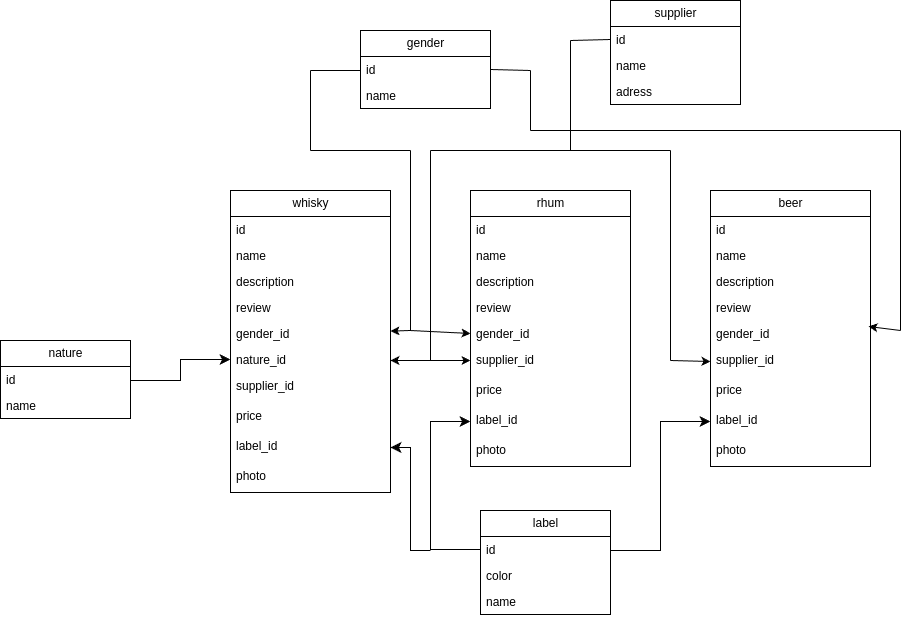
Earlier version of the draw.io export Docs/mld.drawio.png (AnthonyMarcelin/SpiritsManagement-API). Source tidied: cells renumbered, new cells last; positions are measured from the earlier drawing's top-left corner, leaving out a move shared by most shapes.
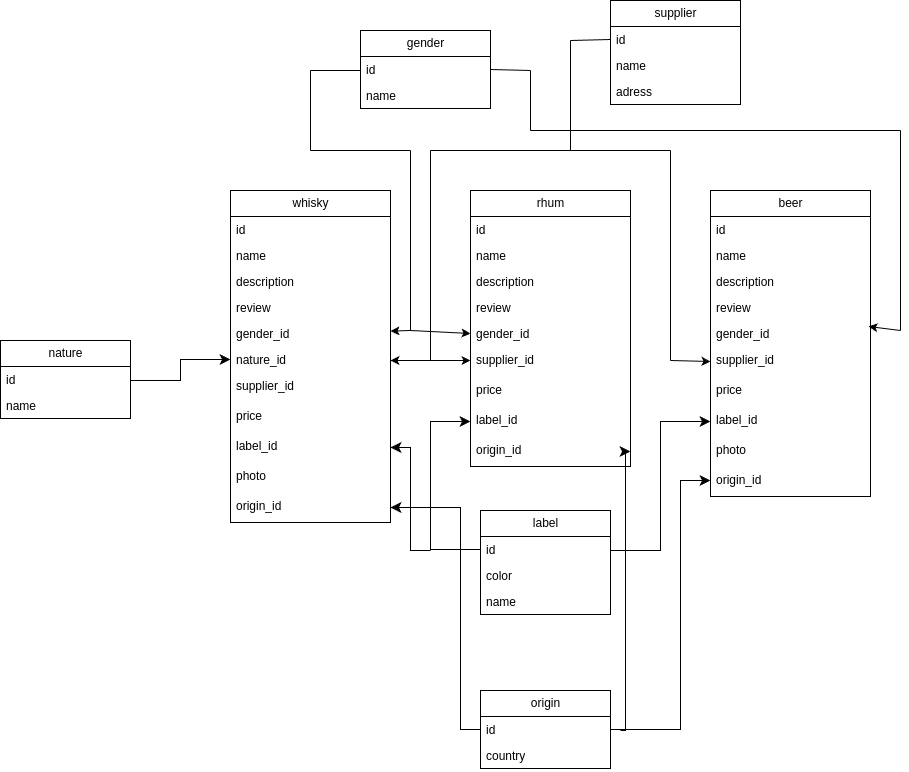
Above is the later version.

Diff of the diagram source:
```diff
@@ -3,7 +3,7 @@
     <mxCell id="0" />
     <mxCell id="1" parent="0" />
     <mxCell id="2" value="whisky" style="swimlane;fontStyle=0;horizontal=1;startSize=26;fillColor=none;html=1;" parent="1" vertex="1">
-      <mxGeometry x="230" y="190" width="160" height="302" as="geometry" />
+      <mxGeometry x="230" y="190" width="160" height="332" as="geometry" />
     </mxCell>
     <mxCell id="3" value="id" style="text;strokeColor=none;fillColor=none;align=left;verticalAlign=top;spacingLeft=4;spacingRight=4;overflow=hidden;whiteSpace=wrap;html=1;" parent="2" vertex="1">
       <mxGeometry y="26" width="160" height="26" as="geometry" />
@@ -41,6 +41,9 @@
     <mxCell id="13" value="photo" style="text;strokeColor=none;fillColor=none;align=left;verticalAlign=top;spacingLeft=4;spacingRight=4;overflow=hidden;whiteSpace=wrap;html=1;" parent="2" vertex="1">
       <mxGeometry y="272" width="160" height="30" as="geometry" />
     </mxCell>
+    <mxCell id="71" value="origin_id" style="text;strokeColor=none;fillColor=none;align=left;verticalAlign=top;spacingLeft=4;spacingRight=4;overflow=hidden;points=[[0,0.5],[1,0.5]];portConstraint=eastwest;whiteSpace=wrap;html=1;" parent="2" vertex="1">
+      <mxGeometry y="302" width="160" height="30" as="geometry" />
+    </mxCell>
     <mxCell id="14" value="rhum" style="swimlane;fontStyle=0;horizontal=1;startSize=26;fillColor=none;html=1;" parent="1" vertex="1">
       <mxGeometry x="470" y="190" width="160" height="276" as="geometry" />
     </mxCell>
@@ -68,11 +71,11 @@
     <mxCell id="22" value="label_id" style="text;strokeColor=none;fillColor=none;align=left;verticalAlign=top;spacingLeft=4;spacingRight=4;overflow=hidden;points=[[0,0.5],[1,0.5]];portConstraint=eastwest;whiteSpace=wrap;html=1;" parent="14" vertex="1">
       <mxGeometry y="216" width="160" height="30" as="geometry" />
     </mxCell>
-    <mxCell id="23" value="photo" style="text;strokeColor=none;fillColor=none;align=left;verticalAlign=top;spacingLeft=4;spacingRight=4;overflow=hidden;points=[[0,0.5],[1,0.5]];portConstraint=eastwest;whiteSpace=wrap;html=1;" parent="14" vertex="1">
+    <mxCell id="23" value="origin_id" style="text;strokeColor=none;fillColor=none;align=left;verticalAlign=top;spacingLeft=4;spacingRight=4;overflow=hidden;points=[[0,0.5],[1,0.5]];portConstraint=eastwest;whiteSpace=wrap;html=1;" parent="14" vertex="1">
       <mxGeometry y="246" width="160" height="30" as="geometry" />
     </mxCell>
     <mxCell id="24" value="beer" style="swimlane;fontStyle=0;horizontal=1;startSize=26;fillColor=none;html=1;" parent="1" vertex="1">
-      <mxGeometry x="710" y="190" width="160" height="276" as="geometry" />
+      <mxGeometry x="710" y="190" width="160" height="306" as="geometry" />
     </mxCell>
     <mxCell id="25" value="id" style="text;strokeColor=none;fillColor=none;align=left;verticalAlign=top;spacingLeft=4;spacingRight=4;overflow=hidden;whiteSpace=wrap;html=1;" parent="24" vertex="1">
       <mxGeometry y="26" width="160" height="26" as="geometry" />
@@ -101,6 +104,9 @@
     <mxCell id="33" value="photo" style="text;strokeColor=none;fillColor=none;align=left;verticalAlign=top;spacingLeft=4;spacingRight=4;overflow=hidden;whiteSpace=wrap;html=1;" parent="24" vertex="1">
       <mxGeometry y="246" width="160" height="30" as="geometry" />
     </mxCell>
+    <mxCell id="72" value="origin_id" style="text;strokeColor=none;fillColor=none;align=left;verticalAlign=top;spacingLeft=4;spacingRight=4;overflow=hidden;whiteSpace=wrap;html=1;" parent="24" vertex="1">
+      <mxGeometry y="276" width="160" height="30" as="geometry" />
+    </mxCell>
     <mxCell id="34" value="label" style="swimlane;fontStyle=0;horizontal=1;startSize=26;fillColor=none;html=1;" parent="1" vertex="1">
       <mxGeometry x="480" y="510" width="130" height="104" as="geometry" />
     </mxCell>
@@ -274,5 +280,34 @@
         <mxPoint x="130" y="380" as="sourcePoint" />
       </mxGeometry>
     </mxCell>
+    <mxCell id="73" value="origin" style="swimlane;fontStyle=0;horizontal=1;startSize=26;fillColor=none;html=1;" parent="1" vertex="1">
+      <mxGeometry x="480" y="690" width="130" height="78" as="geometry" />
+    </mxCell>
+    <mxCell id="74" value="id" style="text;strokeColor=none;fillColor=none;align=left;verticalAlign=top;spacingLeft=4;spacingRight=4;overflow=hidden;points=[[0,0.5],[1,0.5]];portConstraint=eastwest;whiteSpace=wrap;html=1;" parent="73" vertex="1">
+      <mxGeometry y="26" width="130" height="26" as="geometry" />
+    </mxCell>
+    <mxCell id="75" value="country" style="text;strokeColor=none;fillColor=none;align=left;verticalAlign=top;spacingLeft=4;spacingRight=4;overflow=hidden;whiteSpace=wrap;html=1;" parent="73" vertex="1">
+      <mxGeometry y="52" width="130" height="26" as="geometry" />
+    </mxCell>
+    <mxCell id="76" style="edgeStyle=elbowEdgeStyle;elbow=horizontal;endArrow=classic;html=1;curved=0;rounded=0;endSize=8;startSize=8;exitX=1;exitY=0.5;exitDx=0;exitDy=0;" parent="1" edge="1" source="74">
+      <mxGeometry relative="1" as="geometry">
+        <mxPoint x="710" y="480" as="targetPoint" />
+        <Array as="points">
+          <mxPoint x="680" y="610" />
+        </Array>
+      </mxGeometry>
+    </mxCell>
+    <mxCell id="77" style="edgeStyle=elbowEdgeStyle;elbow=horizontal;endArrow=classic;html=1;curved=0;rounded=0;endSize=8;startSize=8;entryX=1;entryY=0.5;entryDx=0;entryDy=0;" parent="1" edge="1" target="23">
+      <mxGeometry relative="1" as="geometry">
+        <mxPoint x="620" y="730" as="sourcePoint" />
+      </mxGeometry>
+    </mxCell>
+    <mxCell id="78" style="edgeStyle=elbowEdgeStyle;elbow=horizontal;endArrow=classic;html=1;curved=0;rounded=0;endSize=8;startSize=8;" parent="1" edge="1" source="74" target="71">
+      <mxGeometry relative="1" as="geometry">
+        <Array as="points">
+          <mxPoint x="460" y="620" />
+        </Array>
+      </mxGeometry>
+    </mxCell>
   </root>
 </mxGraphModel>
```
